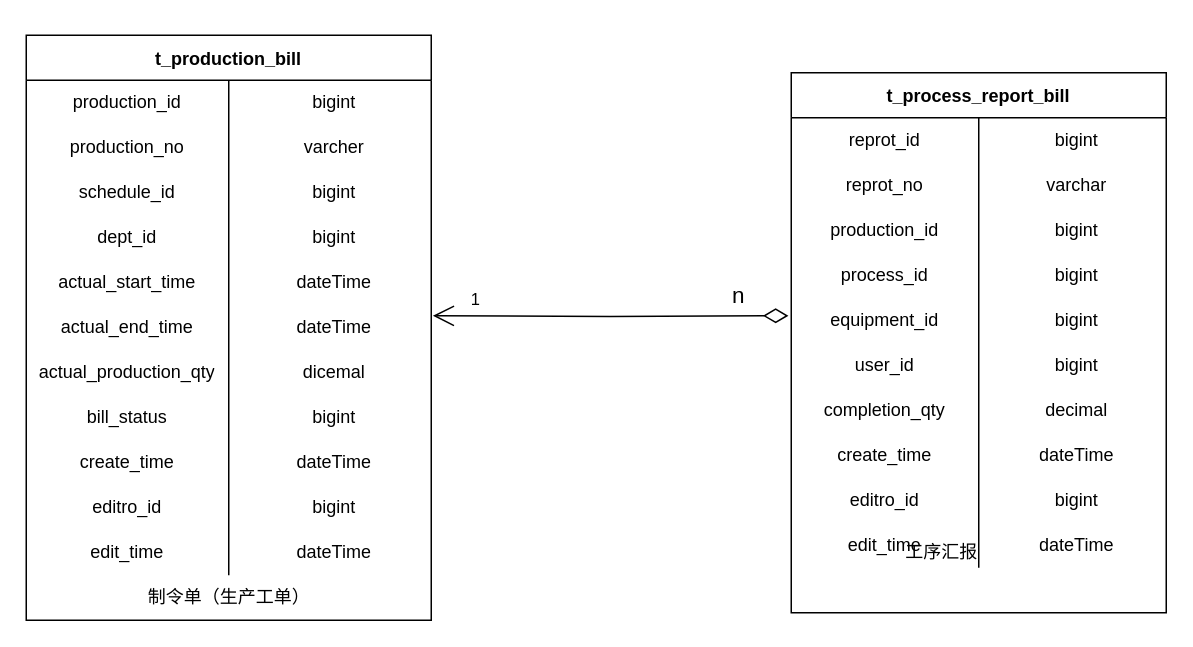
KNAI-I/test keeps this draw.io diagram as 制令单管理.drawio. Above is the earlier version. Source tidied: cells renumbered, new cells numbered last; positions are measured from the earlier drawing's top-left corner, leaving out a move shared by most shapes. Both pictures are drawn from the tidied source at 150%, with x=0, y=0 at pixel (26, 34).
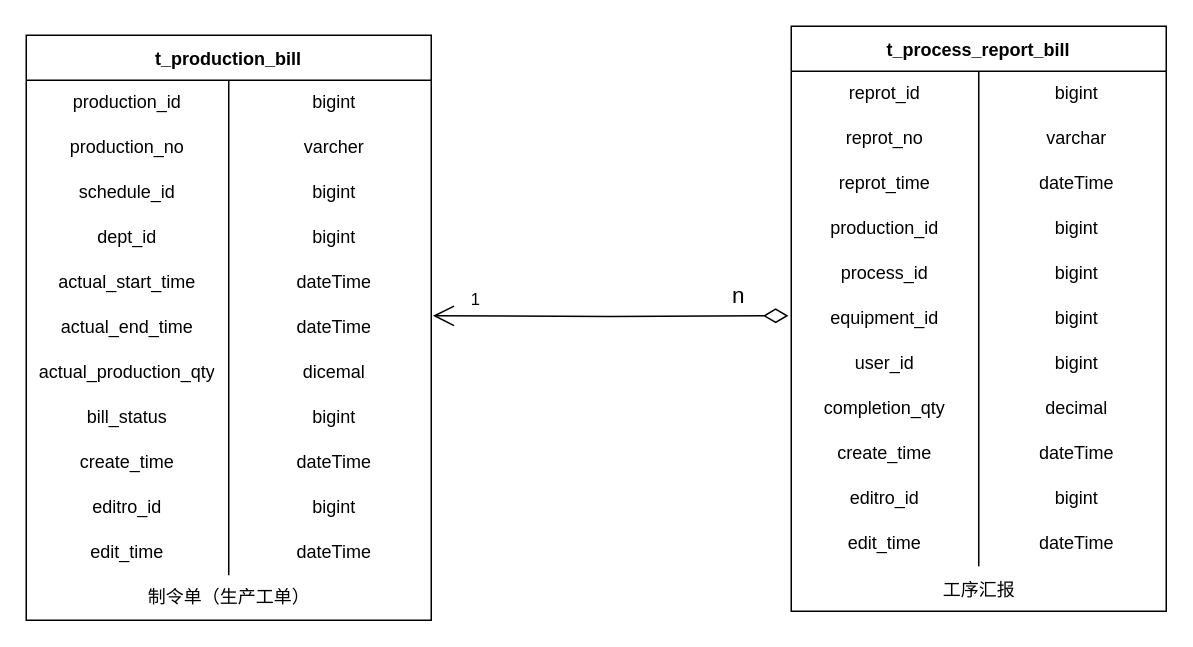
The same diagram, later.

Commit message:
更新制令单管理.drawio

Change to the diagram source:
```diff
@@
     <mxCell id="40" value="t_process_report_bill" style="shape=table;startSize=30;childLayout=tableLayout;rowLines=0;fontStyle=1;" parent="1" vertex="1">
-      <mxGeometry x="510" y="25" width="250" height="360" as="geometry" />
+      <mxGeometry x="510" y="-6" width="250" height="390" as="geometry" />
     </mxCell>
@@
+    <mxCell id="72" style="shape=tableRow;horizontal=0;startSize=0;swimlaneHead=0;swimlaneBody=0;top=0;left=0;bottom=0;right=0;fillColor=none;" parent="40" vertex="1">
+      <mxGeometry y="90" width="250" height="30" as="geometry" />
+    </mxCell>
+    <mxCell id="73" value="reprot_time" style="shape=partialRectangle;html=1;whiteSpace=wrap;fillColor=none;top=0;left=0;bottom=0;right=0;overflow=hidden;" parent="72" vertex="1">
+      <mxGeometry width="125" height="30" as="geometry" />
+    </mxCell>
+    <mxCell id="74" value="dateTime" style="shape=partialRectangle;html=1;whiteSpace=wrap;fillColor=none;top=0;left=0;bottom=0;right=0;align=center;spacingLeft=6;overflow=hidden;" parent="72" vertex="1">
+      <mxGeometry x="125" width="125" height="30" as="geometry" />
+    </mxCell>
     <mxCell id="47" style="shape=tableRow;horizontal=0;startSize=0;swimlaneHead=0;swimlaneBody=0;top=0;left=0;bottom=0;right=0;fillColor=none;" parent="40" vertex="1">
-      <mxGeometry y="90" width="250" height="30" as="geometry" />
+      <mxGeometry y="120" width="250" height="30" as="geometry" />
     </mxCell>
@@
     <mxCell id="50" style="shape=tableRow;horizontal=0;startSize=0;swimlaneHead=0;swimlaneBody=0;top=0;left=0;bottom=0;right=0;fillColor=none;" parent="40" vertex="1">
-      <mxGeometry y="120" width="250" height="30" as="geometry" />
+      <mxGeometry y="150" width="250" height="30" as="geometry" />
     </mxCell>
@@
     <mxCell id="53" style="shape=tableRow;horizontal=0;startSize=0;swimlaneHead=0;swimlaneBody=0;top=0;left=0;bottom=0;right=0;fillColor=none;" parent="40" vertex="1">
-      <mxGeometry y="150" width="250" height="30" as="geometry" />
+      <mxGeometry y="180" width="250" height="30" as="geometry" />
     </mxCell>
@@
     <mxCell id="56" style="shape=tableRow;horizontal=0;startSize=0;swimlaneHead=0;swimlaneBody=0;top=0;left=0;bottom=0;right=0;fillColor=none;" parent="40" vertex="1">
-      <mxGeometry y="180" width="250" height="30" as="geometry" />
+      <mxGeometry y="210" width="250" height="30" as="geometry" />
     </mxCell>
@@
     <mxCell id="59" style="shape=tableRow;horizontal=0;startSize=0;swimlaneHead=0;swimlaneBody=0;top=0;left=0;bottom=0;right=0;fillColor=none;" parent="40" vertex="1">
-      <mxGeometry y="210" width="250" height="30" as="geometry" />
+      <mxGeometry y="240" width="250" height="30" as="geometry" />
     </mxCell>
@@
     <mxCell id="62" style="shape=tableRow;horizontal=0;startSize=0;swimlaneHead=0;swimlaneBody=0;top=0;left=0;bottom=0;right=0;fillColor=none;" parent="40" vertex="1">
-      <mxGeometry y="240" width="250" height="30" as="geometry" />
+      <mxGeometry y="270" width="250" height="30" as="geometry" />
     </mxCell>
@@
     <mxCell id="65" style="shape=tableRow;horizontal=0;startSize=0;swimlaneHead=0;swimlaneBody=0;top=0;left=0;bottom=0;right=0;fillColor=none;" parent="40" vertex="1">
-      <mxGeometry y="270" width="250" height="30" as="geometry" />
+      <mxGeometry y="300" width="250" height="30" as="geometry" />
     </mxCell>
@@
     <mxCell id="68" style="shape=tableRow;horizontal=0;startSize=0;swimlaneHead=0;swimlaneBody=0;top=0;left=0;bottom=0;right=0;fillColor=none;" parent="40" vertex="1">
-      <mxGeometry y="300" width="250" height="30" as="geometry" />
+      <mxGeometry y="330" width="250" height="30" as="geometry" />
     </mxCell>
@@
     <mxCell id="71" value="工序汇报" style="text;html=1;align=center;verticalAlign=middle;strokeColor=none;fillColor=none;" parent="1" vertex="1">
-      <mxGeometry x="575" y="330" width="70" height="30" as="geometry" />
+      <mxGeometry x="600" y="355" width="70" height="30" as="geometry" />
     </mxCell>
```
